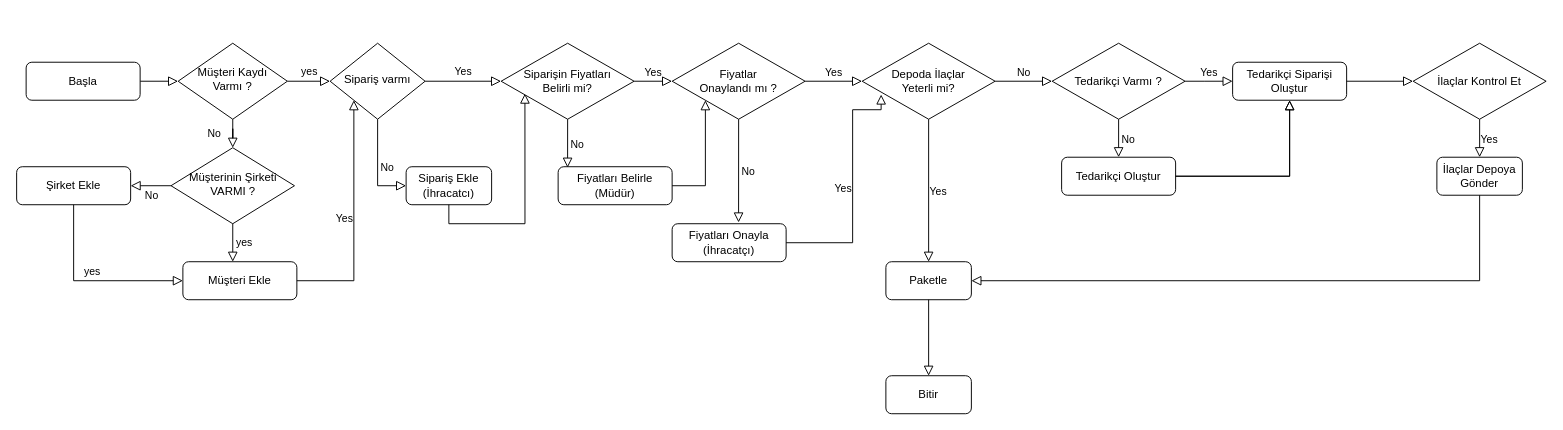
This is akisdiyagrami.drawio from viacelal/akisdiagrami, a draw.io file, before an edit. Source tidied: cells renumbered, new cells numbered last; positions are measured from the earlier drawing's top-left corner, leaving out a move shared by most shapes. Both pictures are drawn from the tidied source at 95%, with x=0, y=0 at pixel (16, 43).
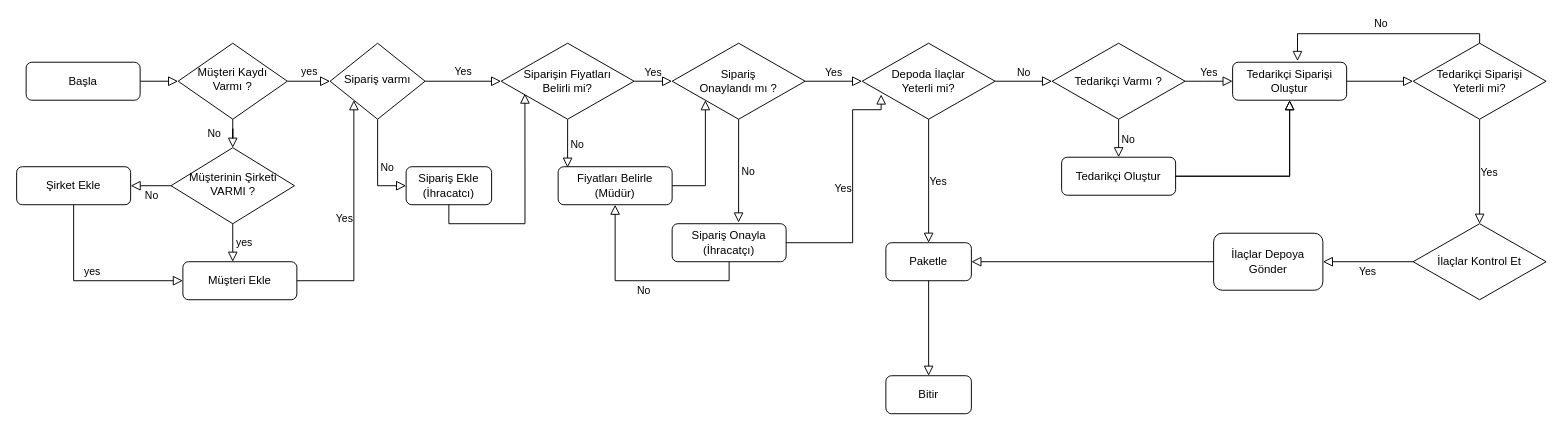
The same page after the edit.

Unchanged cells that the change refers to:
```xml
<mxCell id="20" value="Fiyatları Belirle&lt;br&gt;(Müdür)" style="rounded=1;whiteSpace=wrap;html=1;fontSize=12;glass=0;strokeWidth=1;shadow=0;" parent="1" vertex="1">
  <mxGeometry x="570" y="130" width="120" height="40" as="geometry" />
</mxCell>
<mxCell id="29" value="Tedarikçi Siparişi Oluştur" style="rounded=1;whiteSpace=wrap;html=1;fontSize=12;glass=0;strokeWidth=1;shadow=0;" parent="1" vertex="1">
  <mxGeometry x="1280" y="20" width="120" height="40" as="geometry" />
</mxCell>
```

What changed in the source:
```diff
@@
-    <mxCell id="22" value="Fiyatlar &lt;br&gt;Onaylandı mı ?" style="rhombus;whiteSpace=wrap;html=1;" parent="1" vertex="1">
+    <mxCell id="22" value="Sipariş &lt;br&gt;Onaylandı mı ?" style="rhombus;whiteSpace=wrap;html=1;" parent="1" vertex="1">
       <mxGeometry x="690" width="140" height="80" as="geometry" />
     </mxCell>
@@
-    <mxCell id="26" value="Fiyatları Onayla&lt;br&gt;(İhracatçı)" style="rounded=1;whiteSpace=wrap;html=1;fontSize=12;glass=0;strokeWidth=1;shadow=0;" parent="1" vertex="1">
+    <mxCell id="26" value="Sipariş Onayla&lt;br&gt;(İhracatçı)" style="rounded=1;whiteSpace=wrap;html=1;fontSize=12;glass=0;strokeWidth=1;shadow=0;" parent="1" vertex="1">
       <mxGeometry x="690" y="190" width="120" height="40" as="geometry" />
     </mxCell>
@@
-    <mxCell id="38" style="edgeStyle=orthogonalEdgeStyle;rounded=0;html=1;jettySize=auto;fontSize=11;endArrow=block;endFill=0;endSize=8;strokeWidth=1;shadow=0;labelBackgroundColor=none;exitX=1;exitY=0.5;exitDx=0;exitDy=0;entryX=0;entryY=0.5;entryDx=0;entryDy=0;" parent="1" edge="1" source="29" target="40">
+    <mxCell id="38" style="edgeStyle=orthogonalEdgeStyle;rounded=0;html=1;jettySize=auto;fontSize=11;endArrow=block;endFill=0;endSize=8;strokeWidth=1;shadow=0;labelBackgroundColor=none;exitX=1;exitY=0.5;exitDx=0;exitDy=0;entryX=0;entryY=0.5;entryDx=0;entryDy=0;" parent="1" edge="1" source="29" target="48">
       <mxGeometry y="10" relative="1" as="geometry">
         <mxPoint y="1" as="offset" />
       </mxGeometry>
     </mxCell>
     <mxCell id="39" value="İlaçlar Depoya&lt;br&gt; Gönder" style="rounded=1;whiteSpace=wrap;html=1;fontSize=12;glass=0;strokeWidth=1;shadow=0;" parent="1" vertex="1">
-      <mxGeometry x="1495" y="120" width="90" height="40" as="geometry" />
+      <mxGeometry x="1260" y="200" width="115" height="60" as="geometry" />
     </mxCell>
     <mxCell id="40" value="İlaçlar Kontrol Et" style="rhombus;whiteSpace=wrap;html=1;" parent="1" vertex="1">
-      <mxGeometry x="1470" width="140" height="80" as="geometry" />
+      <mxGeometry x="1470" y="190" width="140" height="80" as="geometry" />
     </mxCell>
-    <mxCell id="41" value="Yes" style="edgeStyle=orthogonalEdgeStyle;rounded=0;html=1;jettySize=auto;fontSize=11;endArrow=block;endFill=0;endSize=8;strokeWidth=1;shadow=0;labelBackgroundColor=none;exitX=0.5;exitY=1;exitDx=0;exitDy=0;entryX=0.5;entryY=0;entryDx=0;entryDy=0;" parent="1" edge="1" source="40" target="39">
+    <mxCell id="41" value="Yes" style="edgeStyle=orthogonalEdgeStyle;rounded=0;html=1;jettySize=auto;fontSize=11;endArrow=block;endFill=0;endSize=8;strokeWidth=1;shadow=0;labelBackgroundColor=none;exitX=0;exitY=0.5;exitDx=0;exitDy=0;entryX=1;entryY=0.5;entryDx=0;entryDy=0;" parent="1" edge="1" source="40" target="39">
       <mxGeometry y="10" relative="1" as="geometry">
         <mxPoint y="1" as="offset" />
       </mxGeometry>
     </mxCell>
     <mxCell id="42" value="Paketle" style="rounded=1;whiteSpace=wrap;html=1;fontSize=12;glass=0;strokeWidth=1;shadow=0;" parent="1" vertex="1">
-      <mxGeometry x="915" y="230" width="90" height="40" as="geometry" />
+      <mxGeometry x="915" y="210" width="90" height="40" as="geometry" />
     </mxCell>
@@
-    <mxCell id="44" style="edgeStyle=orthogonalEdgeStyle;rounded=0;html=1;jettySize=auto;fontSize=11;endArrow=block;endFill=0;endSize=8;strokeWidth=1;shadow=0;labelBackgroundColor=none;entryX=1;entryY=0.5;entryDx=0;entryDy=0;exitX=0.5;exitY=1;exitDx=0;exitDy=0;" parent="1" edge="1" source="39" target="42">
+    <mxCell id="44" style="edgeStyle=orthogonalEdgeStyle;rounded=0;html=1;jettySize=auto;fontSize=11;endArrow=block;endFill=0;endSize=8;strokeWidth=1;shadow=0;labelBackgroundColor=none;entryX=1;entryY=0.5;entryDx=0;entryDy=0;exitX=0;exitY=0.5;exitDx=0;exitDy=0;" parent="1" edge="1" source="39" target="42">
       <mxGeometry y="10" relative="1" as="geometry">
         <mxPoint y="1" as="offset" />
       </mxGeometry>
     </mxCell>
@@
+    <mxCell id="47" value="No" style="edgeStyle=orthogonalEdgeStyle;rounded=0;html=1;jettySize=auto;fontSize=11;endArrow=block;endFill=0;endSize=8;strokeWidth=1;shadow=0;labelBackgroundColor=none;exitX=0.5;exitY=1;exitDx=0;exitDy=0;entryX=0.5;entryY=1;entryDx=0;entryDy=0;" parent="1" edge="1" source="26" target="20">
+      <mxGeometry y="10" relative="1" as="geometry">
+        <mxPoint y="1" as="offset" />
+      </mxGeometry>
+    </mxCell>
+    <mxCell id="48" value="Tedarikçi Siparişi&lt;br&gt;Yeterli mi?" style="rhombus;whiteSpace=wrap;html=1;" parent="1" vertex="1">
+      <mxGeometry x="1470" width="140" height="80" as="geometry" />
+    </mxCell>
+    <mxCell id="49" value="Yes" style="edgeStyle=orthogonalEdgeStyle;rounded=0;html=1;jettySize=auto;fontSize=11;endArrow=block;endFill=0;endSize=8;strokeWidth=1;shadow=0;labelBackgroundColor=none;exitX=0.5;exitY=1;exitDx=0;exitDy=0;entryX=0.5;entryY=0;entryDx=0;entryDy=0;" parent="1" edge="1" source="48" target="40">
+      <mxGeometry y="10" relative="1" as="geometry">
+        <mxPoint y="1" as="offset" />
+      </mxGeometry>
+    </mxCell>
+    <mxCell id="50" style="edgeStyle=orthogonalEdgeStyle;rounded=0;html=1;jettySize=auto;fontSize=11;endArrow=block;endFill=0;endSize=8;strokeWidth=1;shadow=0;labelBackgroundColor=none;exitX=0.5;exitY=0;exitDx=0;exitDy=0;entryX=0.569;entryY=-0.033;entryDx=0;entryDy=0;entryPerimeter=0;" parent="1" edge="1" source="48" target="29">
+      <mxGeometry y="10" relative="1" as="geometry">
+        <Array as="points">
+          <mxPoint x="1540" y="-10" />
+          <mxPoint x="1348" y="-10" />
+        </Array>
+        <mxPoint y="1" as="offset" />
+      </mxGeometry>
+    </mxCell>
+    <mxCell id="51" value="No" style="edgeLabel;html=1;align=center;verticalAlign=middle;" parent="50" vertex="1">
+      <mxGeometry x="-0.47" y="43" relative="1" as="geometry">
+        <mxPoint x="-54" y="-55" as="offset" />
+      </mxGeometry>
+    </mxCell>
```
